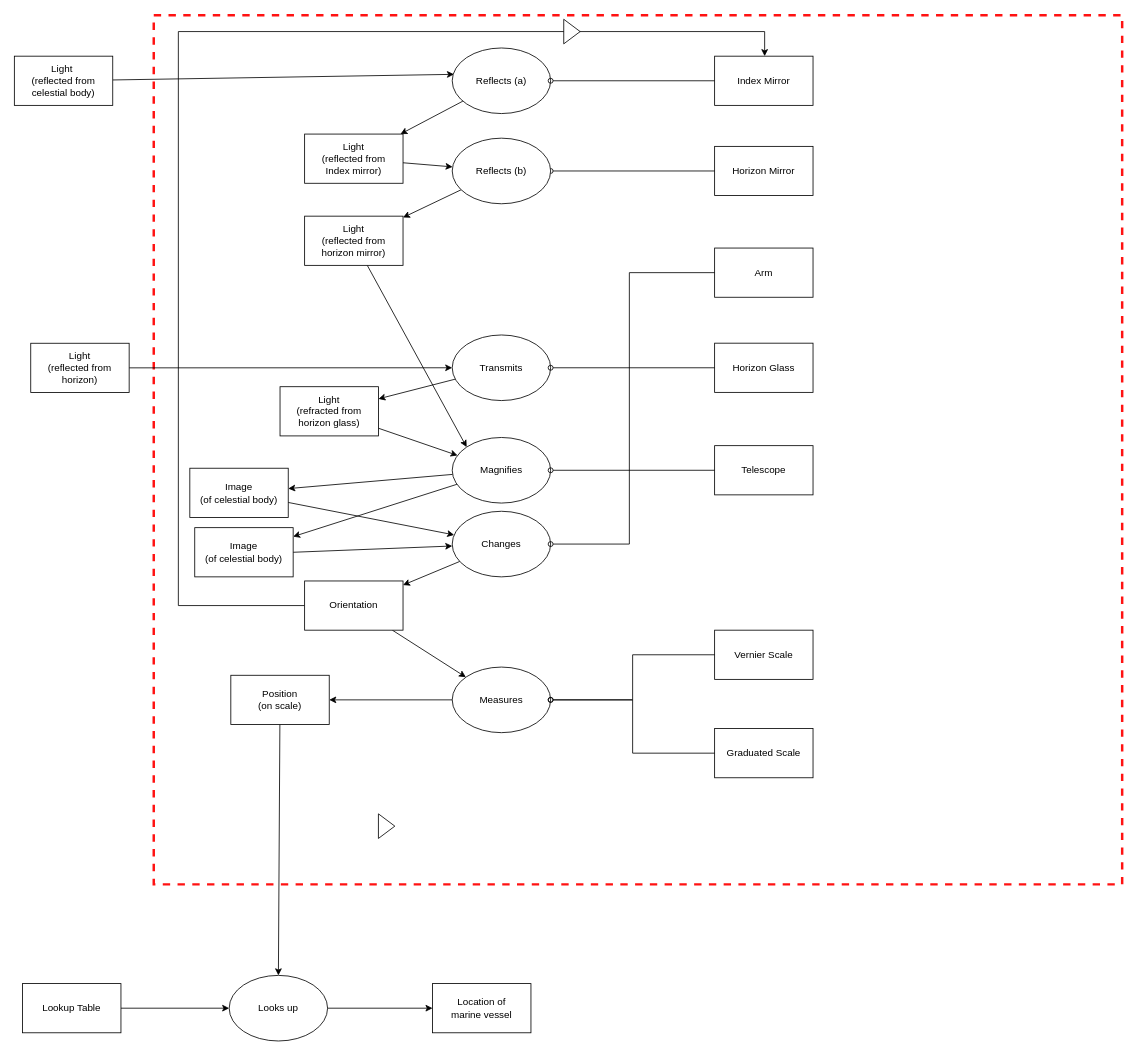
The draw.io diagram page "Page-1" (1 of 2) of SDM/EM411-Sextant/value-pathway.drawio in akshitsingla/drawio-diagrams, before the edit. Source tidied: cells renumbered, new cells numbered last; positions are measured from the earlier drawing's top-left corner, leaving out a move shared by most shapes. Both pictures are drawn from the tidied source at 82%, with x=0, y=0 at pixel (14, 15).
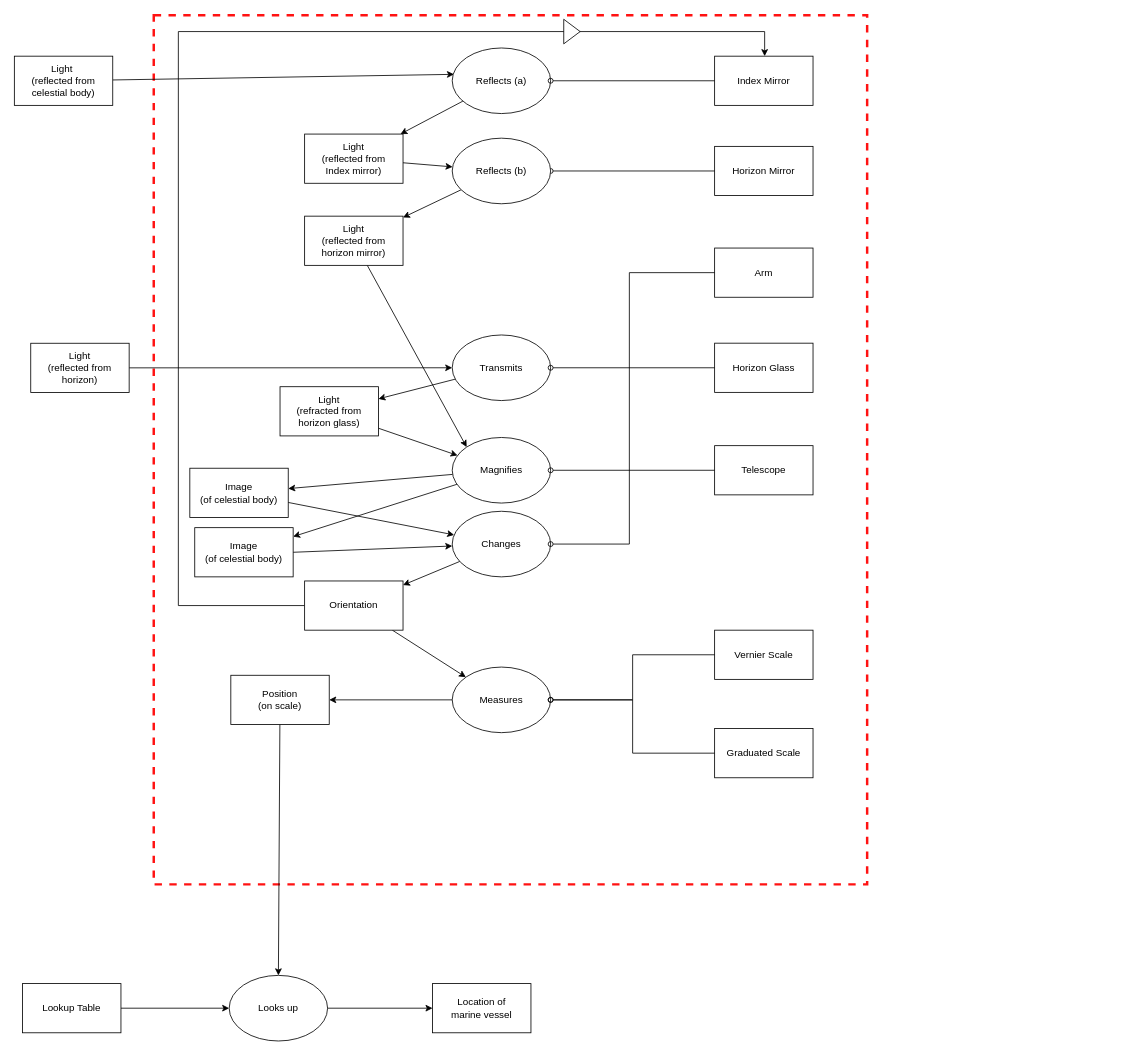
The same diagram, later.

Change to the diagram source:
```diff
@@
     <mxCell id="2" style="rounded=0;whiteSpace=wrap;html=1;fillColor=none;dashed=1;strokeColor=#FF1212;strokeWidth=3;" parent="1" vertex="1">
-      <mxGeometry x="170" width="1181" height="1060" as="geometry" />
+      <mxGeometry x="170" width="870" height="1060" as="geometry" />
     </mxCell>
@@
-    <mxCell id="46" style="triangle;whiteSpace=wrap;html=1;" parent="1" vertex="1">
-      <mxGeometry x="444" y="974" width="20" height="30" as="geometry" />
-    </mxCell>
```
